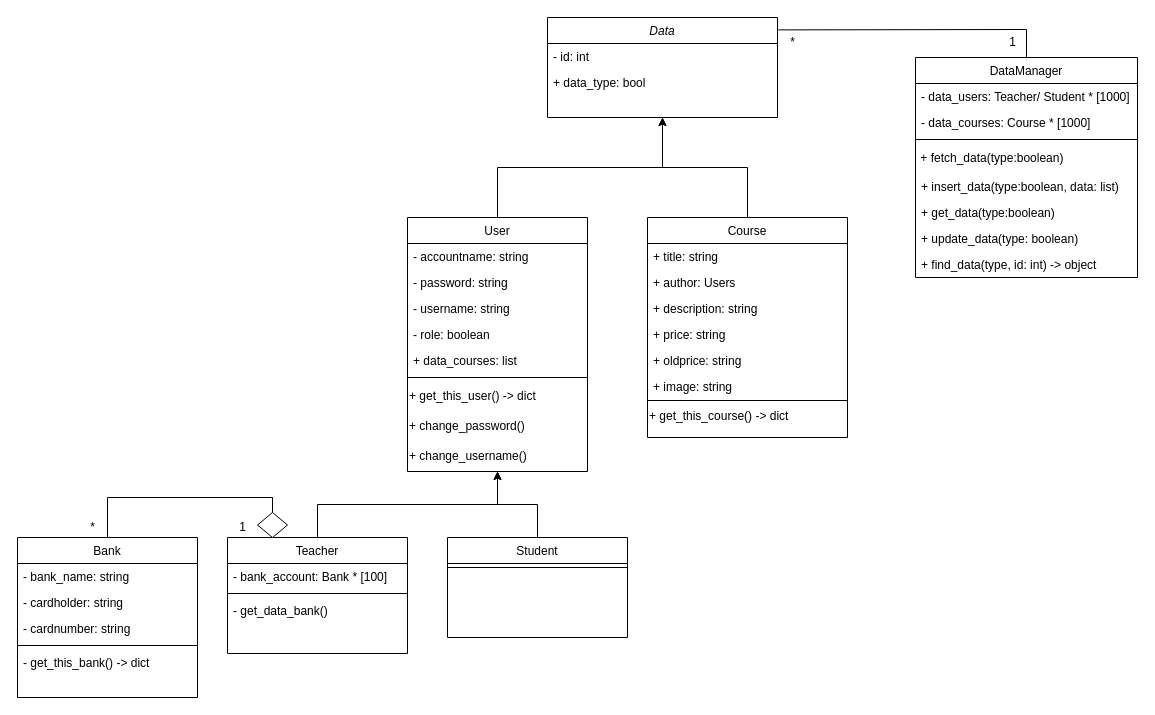
Above: report/uml.drawio in SharkTien/Tengee (draw.io), before the change. Source tidied: cells renumbered, new cells numbered last; positions are measured from the earlier drawing's top-left corner, leaving out a move shared by most shapes. Both pictures are drawn from the tidied source at 100%, with x=0, y=0 at pixel (17, 17).
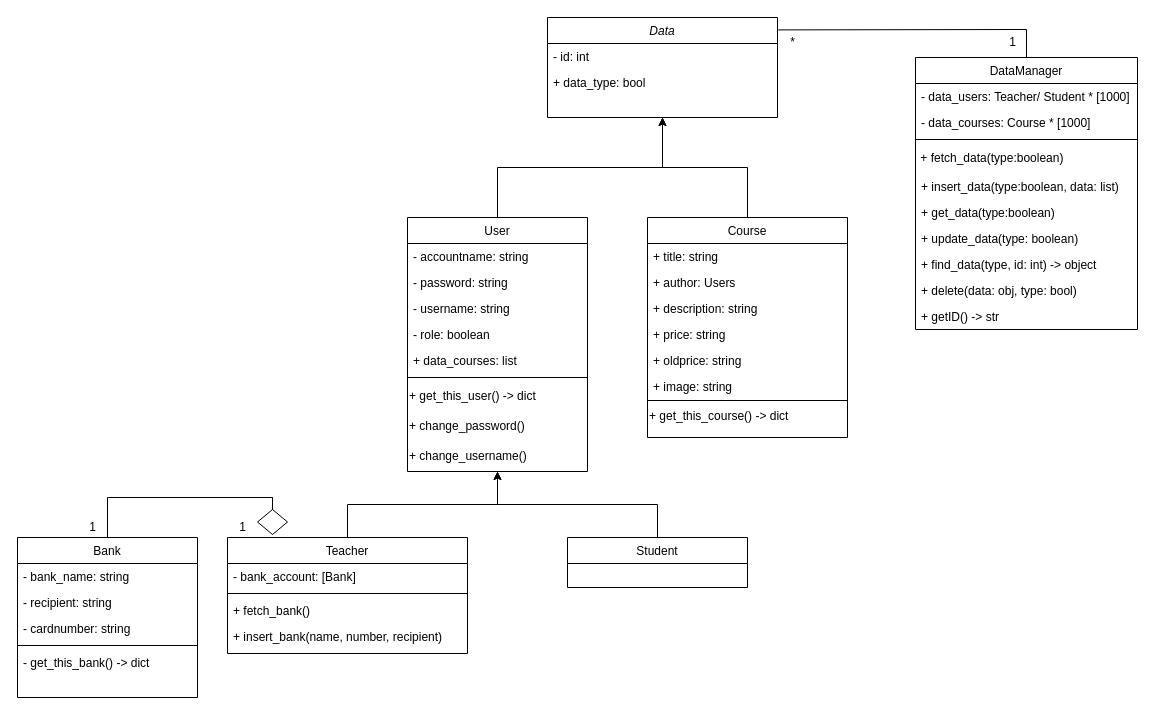
The same page after the edit.

The change refers to these unchanged cells:
```xml
<mxCell id="43" value="Bank" style="swimlane;fontStyle=0;align=center;verticalAlign=top;horizontal=1;startSize=26;rounded=0;shadow=0;strokeWidth=1;" parent="1" vertex="1">
  <mxGeometry y="520" width="180" height="160" as="geometry" />
</mxCell>
```

The edit, as a diff of the source:
```diff
@@
     <mxCell id="15" value="DataManager" style="swimlane;fontStyle=0;align=center;verticalAlign=top;horizontal=1;startSize=26;rounded=0;shadow=0;strokeWidth=1;" parent="1" vertex="1">
-      <mxGeometry x="898" y="40" width="222" height="220" as="geometry" />
+      <mxGeometry x="898" y="40" width="222" height="272" as="geometry" />
     </mxCell>
@@
+    <mxCell id="57" value="+ delete(data: obj, type: bool) " style="text;align=left;verticalAlign=top;spacingLeft=4;spacingRight=4;overflow=hidden;" parent="15" vertex="1">
+      <mxGeometry y="220" width="222" height="26" as="geometry" />
+    </mxCell>
+    <mxCell id="58" value="+ getID() -&gt; str" style="text;align=left;verticalAlign=top;spacingLeft=4;spacingRight=4;overflow=hidden;" parent="15" vertex="1">
+      <mxGeometry y="246" width="222" height="26" as="geometry" />
+    </mxCell>
@@
     <mxCell id="36" value="Teacher" style="swimlane;fontStyle=0;align=center;verticalAlign=top;horizontal=1;startSize=26;rounded=0;shadow=0;strokeWidth=1;" parent="1" vertex="1">
-      <mxGeometry x="210" y="520" width="180" height="116" as="geometry" />
+      <mxGeometry x="210" y="520" width="240" height="116" as="geometry" />
     </mxCell>
-    <mxCell id="37" value="- bank_account: Bank * [100]" style="text;align=left;verticalAlign=top;spacingLeft=4;spacingRight=4;overflow=hidden;rounded=0;shadow=0;html=0;" parent="36" vertex="1">
-      <mxGeometry y="26" width="180" height="26" as="geometry" />
+    <mxCell id="37" value="- bank_account: [Bank]" style="text;align=left;verticalAlign=top;spacingLeft=4;spacingRight=4;overflow=hidden;rounded=0;shadow=0;html=0;" parent="36" vertex="1">
+      <mxGeometry y="26" width="240" height="26" as="geometry" />
     </mxCell>
     <mxCell id="38" style="line;html=1;strokeWidth=1;align=left;verticalAlign=middle;spacingTop=-1;spacingLeft=3;spacingRight=3;labelPosition=right;" parent="36" vertex="1">
-      <mxGeometry y="52" width="180" height="8" as="geometry" />
+      <mxGeometry y="52" width="240" height="8" as="geometry" />
     </mxCell>
-    <mxCell id="39" value="- get_data_bank()" style="text;align=left;verticalAlign=top;spacingLeft=4;spacingRight=4;overflow=hidden;rounded=0;shadow=0;html=0;" parent="36" vertex="1">
-      <mxGeometry y="60" width="180" height="26" as="geometry" />
+    <mxCell id="39" value="+ fetch_bank()" style="text;align=left;verticalAlign=top;spacingLeft=4;spacingRight=4;overflow=hidden;rounded=0;shadow=0;html=0;" parent="36" vertex="1">
+      <mxGeometry y="60" width="240" height="26" as="geometry" />
     </mxCell>
+    <mxCell id="59" value="+ insert_bank(name, number, recipient)" style="text;align=left;verticalAlign=top;spacingLeft=4;spacingRight=4;overflow=hidden;rounded=0;shadow=0;html=0;" parent="36" vertex="1">
+      <mxGeometry y="86" width="240" height="26" as="geometry" />
+    </mxCell>
@@
     <mxCell id="41" value="Student" style="swimlane;fontStyle=0;align=center;verticalAlign=top;horizontal=1;startSize=26;rounded=0;shadow=0;strokeWidth=1;" parent="1" vertex="1">
-      <mxGeometry x="430" y="520" width="180" height="100" as="geometry" />
+      <mxGeometry x="550" y="520" width="180" height="50" as="geometry" />
     </mxCell>
-    <mxCell id="42" style="line;html=1;strokeWidth=1;align=left;verticalAlign=middle;spacingTop=-1;spacingLeft=3;spacingRight=3;labelPosition=right;" parent="41" vertex="1">
-      <mxGeometry y="26" width="180" height="8" as="geometry" />
-    </mxCell>
@@
-    <mxCell id="45" value="- cardholder: string" style="text;align=left;verticalAlign=top;spacingLeft=4;spacingRight=4;overflow=hidden;rounded=0;shadow=0;html=0;" parent="43" vertex="1">
+    <mxCell id="45" value="- recipient: string" style="text;align=left;verticalAlign=top;spacingLeft=4;spacingRight=4;overflow=hidden;rounded=0;shadow=0;html=0;" parent="43" vertex="1">
       <mxGeometry y="52" width="180" height="26" as="geometry" />
     </mxCell>
@@
-    <mxCell id="49" style="endArrow=none;html=1;rounded=0;exitX=0.5;exitY=0;exitDx=0;exitDy=0;entryX=0.25;entryY=0;entryDx=0;entryDy=0;" parent="1" edge="1" source="51" target="36">
+    <mxCell id="49" style="endArrow=none;html=1;rounded=0;exitX=0.5;exitY=0;exitDx=0;exitDy=0;entryX=0.5;entryY=1;entryDx=0;entryDy=0;" parent="1" edge="1" source="51" target="51">
       <mxGeometry relative="1" as="geometry">
         <Array as="points">
           <mxPoint x="255" y="480" />
         </Array>
       </mxGeometry>
     </mxCell>
@@
     <mxCell id="51" style="rhombus;whiteSpace=wrap;html=1;" parent="1" vertex="1">
-      <mxGeometry x="240" y="495" width="30" height="25" as="geometry" />
+      <mxGeometry x="240" y="492" width="30" height="25" as="geometry" />
     </mxCell>
-    <mxCell id="52" value="*" style="text;html=1;align=center;verticalAlign=middle;strokeColor=none;fillColor=none;" parent="1" vertex="1">
+    <mxCell id="52" value="1" style="text;html=1;align=center;verticalAlign=middle;strokeColor=none;fillColor=none;" parent="1" vertex="1">
       <mxGeometry x="60" y="495" width="30" height="30" as="geometry" />
     </mxCell>
```
